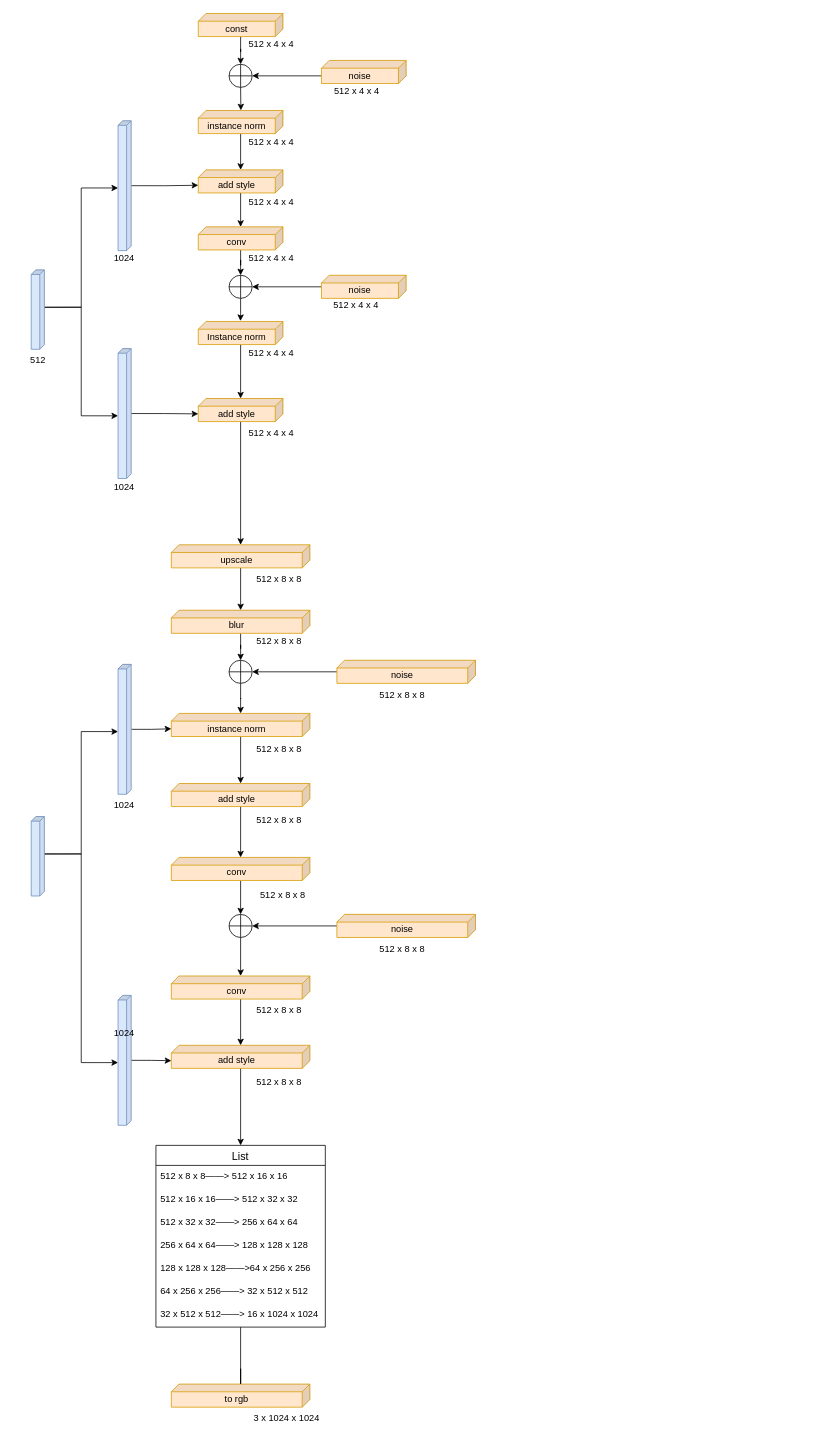
Before: vgg16_xml.drawio in feipxyz/Neural-Network-Architecture-Diagrams, a draw.io diagram. Source tidied: cells renumbered, new cells numbered last; positions are measured from the earlier drawing's top-left corner, leaving out a move shared by most shapes. Both pictures are drawn from the tidied source at 77%, with x=0, y=0 at pixel (-2, 13).
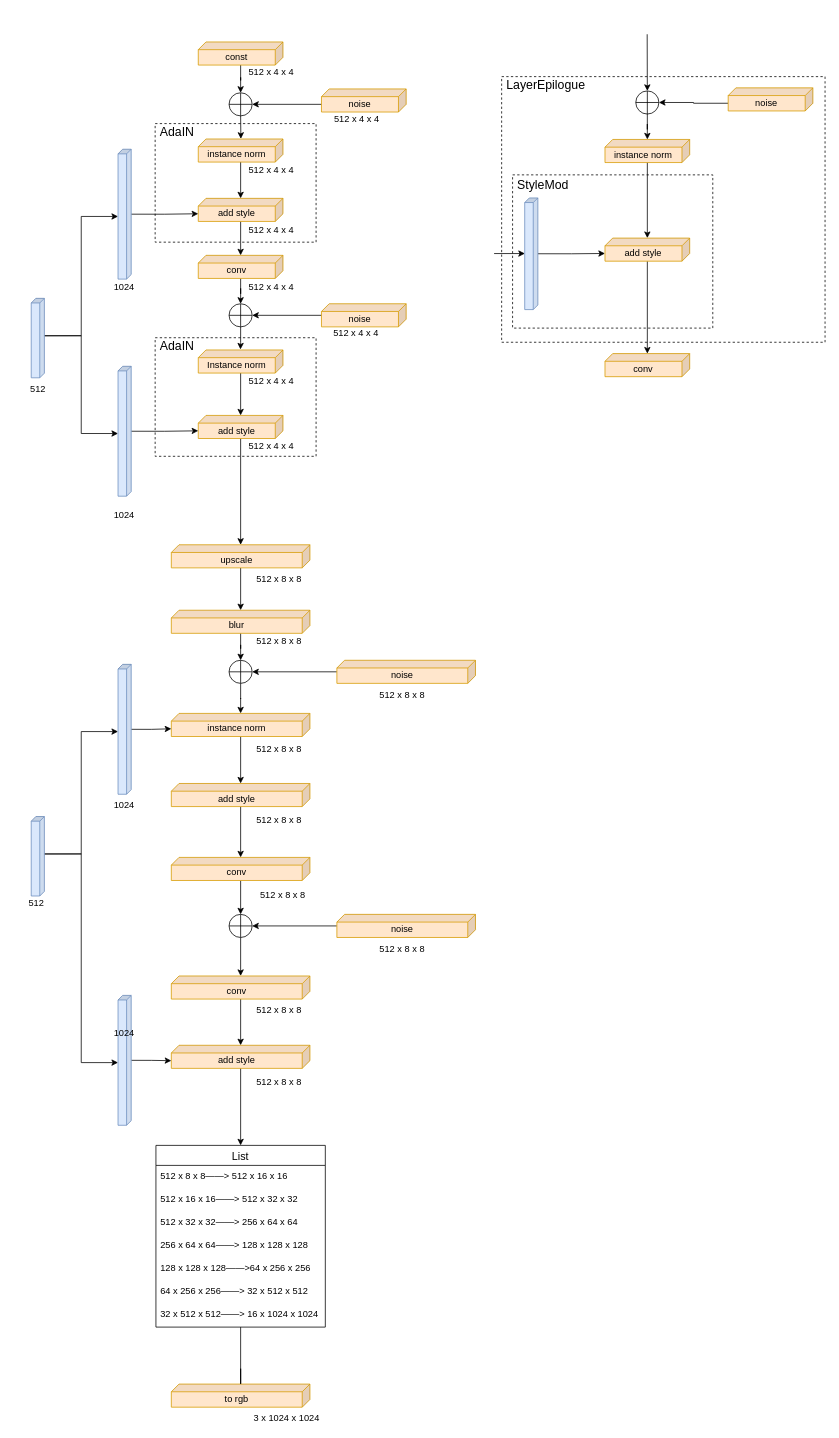
The same diagram, later.

The edit, as a diff of the source:
```diff
@@
     <mxCell id="3" value="const" style="shape=cube;whiteSpace=wrap;html=1;boundedLbl=1;backgroundOutline=1;darkOpacity=0.05;darkOpacity2=0.1;size=10;direction=east;flipH=1;fillColor=#ffe6cc;strokeColor=#d79b00;" parent="1" vertex="1">
-      <mxGeometry x="260" width="110" height="30" as="geometry" />
+      <mxGeometry x="260" y="37" width="110" height="30" as="geometry" />
     </mxCell>
@@
     <mxCell id="5" value="noise" style="shape=cube;whiteSpace=wrap;html=1;boundedLbl=1;backgroundOutline=1;darkOpacity=0.05;darkOpacity2=0.1;size=10;direction=east;flipH=1;fillColor=#ffe6cc;strokeColor=#d79b00;" parent="1" vertex="1">
-      <mxGeometry x="420" y="61" width="110" height="30" as="geometry" />
+      <mxGeometry x="420" y="98" width="110" height="30" as="geometry" />
     </mxCell>
@@
     <mxCell id="7" value="instance norm" style="shape=cube;whiteSpace=wrap;html=1;boundedLbl=1;backgroundOutline=1;darkOpacity=0.05;darkOpacity2=0.1;size=10;direction=east;flipH=1;fillColor=#ffe6cc;strokeColor=#d79b00;" parent="1" vertex="1">
-      <mxGeometry x="260" y="126" width="110" height="30" as="geometry" />
+      <mxGeometry x="260" y="163" width="110" height="30" as="geometry" />
     </mxCell>
@@
     <mxCell id="9" style="verticalLabelPosition=bottom;verticalAlign=top;html=1;shape=mxgraph.flowchart.summing_function;" parent="1" vertex="1">
-      <mxGeometry x="300" y="66" width="30" height="30" as="geometry" />
+      <mxGeometry x="300" y="103" width="30" height="30" as="geometry" />
     </mxCell>
@@
     <mxCell id="11" value="add style" style="shape=cube;whiteSpace=wrap;html=1;boundedLbl=1;backgroundOutline=1;darkOpacity=0.05;darkOpacity2=0.1;size=10;direction=east;flipH=1;fillColor=#ffe6cc;strokeColor=#d79b00;" parent="1" vertex="1">
-      <mxGeometry x="260" y="203.1" width="110" height="30" as="geometry" />
+      <mxGeometry x="260" y="240.1" width="110" height="30" as="geometry" />
     </mxCell>
@@
     <mxCell id="13" value="conv" style="shape=cube;whiteSpace=wrap;html=1;boundedLbl=1;backgroundOutline=1;darkOpacity=0.05;darkOpacity2=0.1;size=10;direction=east;flipH=1;fillColor=#ffe6cc;strokeColor=#d79b00;" parent="1" vertex="1">
-      <mxGeometry x="260" y="277.1" width="110" height="30" as="geometry" />
+      <mxGeometry x="260" y="314.1" width="110" height="30" as="geometry" />
     </mxCell>
@@
     <mxCell id="15" value="Instance norm" style="shape=cube;whiteSpace=wrap;html=1;boundedLbl=1;backgroundOutline=1;darkOpacity=0.05;darkOpacity2=0.1;size=10;direction=east;flipH=1;fillColor=#ffe6cc;strokeColor=#d79b00;" parent="1" vertex="1">
-      <mxGeometry x="260" y="400" width="110" height="30" as="geometry" />
+      <mxGeometry x="260" y="437" width="110" height="30" as="geometry" />
     </mxCell>
@@
     <mxCell id="17" value="add style" style="shape=cube;whiteSpace=wrap;html=1;boundedLbl=1;backgroundOutline=1;darkOpacity=0.05;darkOpacity2=0.1;size=10;direction=east;flipH=1;fillColor=#ffe6cc;strokeColor=#d79b00;" parent="1" vertex="1">
-      <mxGeometry x="260" y="500" width="110" height="30" as="geometry" />
+      <mxGeometry x="260" y="522" width="110" height="30" as="geometry" />
     </mxCell>
@@
     <mxCell id="19" style="verticalLabelPosition=bottom;verticalAlign=top;html=1;shape=mxgraph.flowchart.summing_function;" parent="1" vertex="1">
-      <mxGeometry x="300" y="340" width="30" height="30" as="geometry" />
+      <mxGeometry x="300" y="377" width="30" height="30" as="geometry" />
     </mxCell>
@@
     <mxCell id="21" value="noise" style="shape=cube;whiteSpace=wrap;html=1;boundedLbl=1;backgroundOutline=1;darkOpacity=0.05;darkOpacity2=0.1;size=10;direction=east;flipH=1;fillColor=#ffe6cc;strokeColor=#d79b00;" parent="1" vertex="1">
-      <mxGeometry x="420" y="340" width="110" height="30" as="geometry" />
+      <mxGeometry x="420" y="377" width="110" height="30" as="geometry" />
     </mxCell>
     <mxCell id="22" value="512 x 4 x 4" style="text;html=1;strokeColor=none;fillColor=none;align=center;verticalAlign=middle;whiteSpace=wrap;rounded=0;" parent="1" vertex="1">
-      <mxGeometry x="320" y="35" width="70" height="10" as="geometry" />
+      <mxGeometry x="320" y="72" width="70" height="10" as="geometry" />
     </mxCell>
     <mxCell id="23" value="512 x 4 x 4" style="text;html=1;strokeColor=none;fillColor=none;align=center;verticalAlign=middle;whiteSpace=wrap;rounded=0;" parent="1" vertex="1">
-      <mxGeometry x="431" y="96" width="70" height="10" as="geometry" />
+      <mxGeometry x="431" y="133" width="70" height="10" as="geometry" />
     </mxCell>
     <mxCell id="24" value="512 x 4 x 4" style="text;html=1;strokeColor=none;fillColor=none;align=center;verticalAlign=middle;whiteSpace=wrap;rounded=0;" parent="1" vertex="1">
-      <mxGeometry x="320" y="162.2" width="70" height="10" as="geometry" />
+      <mxGeometry x="320" y="199.2" width="70" height="10" as="geometry" />
     </mxCell>
     <mxCell id="25" value="512 x 4 x 4" style="text;html=1;strokeColor=none;fillColor=none;align=center;verticalAlign=middle;whiteSpace=wrap;rounded=0;" parent="1" vertex="1">
-      <mxGeometry x="320" y="240.1" width="70" height="10" as="geometry" />
+      <mxGeometry x="320" y="277.1" width="70" height="10" as="geometry" />
     </mxCell>
     <mxCell id="26" value="512 x 4 x 4" style="text;html=1;strokeColor=none;fillColor=none;align=center;verticalAlign=middle;whiteSpace=wrap;rounded=0;" parent="1" vertex="1">
-      <mxGeometry x="320" y="313.1" width="70" height="10" as="geometry" />
+      <mxGeometry x="320" y="350.1" width="70" height="10" as="geometry" />
     </mxCell>
     <mxCell id="27" value="512 x 4 x 4" style="text;html=1;strokeColor=none;fillColor=none;align=center;verticalAlign=middle;whiteSpace=wrap;rounded=0;" parent="1" vertex="1">
-      <mxGeometry x="320" y="436" width="70" height="10" as="geometry" />
+      <mxGeometry x="320" y="473" width="70" height="10" as="geometry" />
     </mxCell>
     <mxCell id="28" value="512 x 4 x 4" style="text;html=1;strokeColor=none;fillColor=none;align=center;verticalAlign=middle;whiteSpace=wrap;rounded=0;" parent="1" vertex="1">
-      <mxGeometry x="320" y="540" width="70" height="10" as="geometry" />
+      <mxGeometry x="320" y="557" width="70" height="10" as="geometry" />
     </mxCell>
     <mxCell id="29" value="512 x 4 x 4" style="text;html=1;strokeColor=none;fillColor=none;align=center;verticalAlign=middle;whiteSpace=wrap;rounded=0;" parent="1" vertex="1">
-      <mxGeometry x="430" y="374.1" width="70" height="10" as="geometry" />
+      <mxGeometry x="430" y="411.1" width="70" height="10" as="geometry" />
     </mxCell>
@@
     <mxCell id="32" style="shape=cube;whiteSpace=wrap;html=1;boundedLbl=1;backgroundOutline=1;darkOpacity=0.05;darkOpacity2=0.1;size=6;direction=east;flipH=1;fillColor=#dae8fc;strokeColor=#6c8ebf;rotation=-90;flipV=1;" parent="1" vertex="1">
-      <mxGeometry y="376" width="103.2" height="17.1" as="geometry" />
+      <mxGeometry y="413" width="103.2" height="17.1" as="geometry" />
     </mxCell>
@@
     <mxCell id="34" style="shape=cube;whiteSpace=wrap;html=1;boundedLbl=1;backgroundOutline=1;darkOpacity=0.05;darkOpacity2=0.1;size=6;direction=east;flipH=1;fillColor=#dae8fc;strokeColor=#6c8ebf;rotation=-90;flipV=1;" parent="1" vertex="1">
-      <mxGeometry x="80" y="215.1" width="168.7" height="17.1" as="geometry" />
+      <mxGeometry x="80" y="252.1" width="168.7" height="17.1" as="geometry" />
     </mxCell>
@@
     <mxCell id="36" style="shape=cube;whiteSpace=wrap;html=1;boundedLbl=1;backgroundOutline=1;darkOpacity=0.05;darkOpacity2=0.1;size=6;direction=east;flipH=1;fillColor=#dae8fc;strokeColor=#6c8ebf;rotation=-90;flipV=1;" parent="1" vertex="1">
-      <mxGeometry x="80" y="511" width="168.7" height="17.1" as="geometry" />
+      <mxGeometry x="80" y="534" width="168.7" height="17.1" as="geometry" />
     </mxCell>
     <mxCell id="37" value="512" style="text;html=1;strokeColor=none;fillColor=none;align=center;verticalAlign=middle;whiteSpace=wrap;rounded=0;" parent="1" vertex="1">
-      <mxGeometry x="21.6" y="436" width="60" height="30" as="geometry" />
+      <mxGeometry x="21.6" y="473" width="60" height="30" as="geometry" />
     </mxCell>
     <mxCell id="38" value="1024" style="text;html=1;strokeColor=none;fillColor=none;align=center;verticalAlign=middle;whiteSpace=wrap;rounded=0;" parent="1" vertex="1">
-      <mxGeometry x="134.3" y="600" width="60" height="30" as="geometry" />
+      <mxGeometry x="134.3" y="637" width="60" height="30" as="geometry" />
     </mxCell>
     <mxCell id="39" value="1024" style="text;html=1;strokeColor=none;fillColor=none;align=center;verticalAlign=middle;whiteSpace=wrap;rounded=0;" parent="1" vertex="1">
-      <mxGeometry x="134.3" y="303.1" width="60" height="30" as="geometry" />
+      <mxGeometry x="134.3" y="340.1" width="60" height="30" as="geometry" />
     </mxCell>
@@
+    <mxCell id="92" value="&lt;div&gt;&lt;span&gt;&amp;nbsp;AdaIN&lt;/span&gt;&lt;/div&gt;&lt;div&gt;&lt;span&gt;&lt;br&gt;&lt;/span&gt;&lt;/div&gt;&lt;div&gt;&lt;span&gt;&lt;br&gt;&lt;/span&gt;&lt;/div&gt;&lt;div&gt;&lt;span&gt;&lt;br&gt;&lt;/span&gt;&lt;/div&gt;&lt;div&gt;&lt;span&gt;&lt;br&gt;&lt;/span&gt;&lt;/div&gt;&lt;div&gt;&lt;span&gt;&lt;br&gt;&lt;/span&gt;&lt;/div&gt;&lt;div&gt;&lt;br&gt;&lt;/div&gt;&lt;div&gt;&lt;br&gt;&lt;/div&gt;" style="rounded=0;whiteSpace=wrap;html=1;fontSize=16;fillColor=none;dashed=1;align=left;" parent="1" vertex="1">
+      <mxGeometry x="204" y="143" width="209" height="154" as="geometry" />
+    </mxCell>
+    <mxCell id="93" value="&lt;div&gt;&lt;span&gt;&amp;nbsp;&lt;/span&gt;&lt;span&gt;AdaIN&lt;/span&gt;&lt;/div&gt;&lt;div&gt;&lt;span&gt;&lt;br&gt;&lt;/span&gt;&lt;/div&gt;&lt;div&gt;&lt;span&gt;&lt;br&gt;&lt;/span&gt;&lt;/div&gt;&lt;div&gt;&lt;span&gt;&lt;br&gt;&lt;/span&gt;&lt;/div&gt;&lt;div&gt;&lt;span&gt;&lt;br&gt;&lt;/span&gt;&lt;/div&gt;&lt;div&gt;&lt;span&gt;&lt;br&gt;&lt;/span&gt;&lt;/div&gt;&lt;div&gt;&lt;span&gt;&lt;br&gt;&lt;/span&gt;&lt;/div&gt;&lt;div&gt;&lt;span&gt;&lt;br&gt;&lt;/span&gt;&lt;/div&gt;" style="rounded=0;whiteSpace=wrap;html=1;fontSize=16;fillColor=none;dashed=1;align=left;" parent="1" vertex="1">
+      <mxGeometry x="204" y="421.1" width="209" height="154" as="geometry" />
+    </mxCell>
+    <mxCell id="94" value="512" style="text;html=1;strokeColor=none;fillColor=none;align=center;verticalAlign=middle;whiteSpace=wrap;rounded=0;" parent="1" vertex="1">
+      <mxGeometry x="20" y="1140" width="60" height="30" as="geometry" />
+    </mxCell>
+    <mxCell id="95" style="edgeStyle=orthogonalEdgeStyle;rounded=0;jettySize=auto;html=1;fontSize=16;strokeWidth=1;" parent="1" edge="1" source="96" target="98">
+      <mxGeometry relative="1" as="geometry" />
+    </mxCell>
+    <mxCell id="96" value="instance norm" style="shape=cube;whiteSpace=wrap;html=1;boundedLbl=1;backgroundOutline=1;darkOpacity=0.05;darkOpacity2=0.1;size=10;direction=east;flipH=1;fillColor=#ffe6cc;strokeColor=#d79b00;" parent="1" vertex="1">
+      <mxGeometry x="788.2" y="163.6" width="110" height="30" as="geometry" />
+    </mxCell>
+    <mxCell id="97" style="edgeStyle=orthogonalEdgeStyle;rounded=0;jettySize=auto;html=1;" parent="1" edge="1" source="98" target="99">
+      <mxGeometry relative="1" as="geometry" />
+    </mxCell>
+    <mxCell id="98" value="add style" style="shape=cube;whiteSpace=wrap;html=1;boundedLbl=1;backgroundOutline=1;darkOpacity=0.05;darkOpacity2=0.1;size=10;direction=east;flipH=1;fillColor=#ffe6cc;strokeColor=#d79b00;" parent="1" vertex="1">
+      <mxGeometry x="788.2" y="291.7" width="110" height="30" as="geometry" />
+    </mxCell>
+    <mxCell id="99" value="conv" style="shape=cube;whiteSpace=wrap;html=1;boundedLbl=1;backgroundOutline=1;darkOpacity=0.05;darkOpacity2=0.1;size=10;direction=east;flipH=1;fillColor=#ffe6cc;strokeColor=#d79b00;" parent="1" vertex="1">
+      <mxGeometry x="788.2" y="441.7" width="110" height="30" as="geometry" />
+    </mxCell>
+    <mxCell id="100" style="edgeStyle=orthogonalEdgeStyle;rounded=0;jettySize=auto;html=1;entryX=0;entryY=0;entryDx=110;entryDy=20;entryPerimeter=0;" parent="1" edge="1" source="101" target="98">
+      <mxGeometry relative="1" as="geometry" />
+    </mxCell>
+    <mxCell id="101" style="shape=cube;whiteSpace=wrap;html=1;boundedLbl=1;backgroundOutline=1;darkOpacity=0.05;darkOpacity2=0.1;size=6;direction=east;flipH=1;fillColor=#dae8fc;strokeColor=#6c8ebf;rotation=-90;flipV=1;" parent="1" vertex="1">
+      <mxGeometry x="620" y="303.5" width="145" height="17.1" as="geometry" />
+    </mxCell>
+    <mxCell id="102" style="endArrow=classic;html=1;rounded=0;fontSize=16;strokeWidth=1;" parent="1" edge="1">
+      <mxGeometry relative="1" as="geometry">
+        <mxPoint x="644.2" y="311.8" as="sourcePoint" />
+        <mxPoint x="684.2" y="311.8" as="targetPoint" />
+      </mxGeometry>
+    </mxCell>
+    <mxCell id="103" value="&lt;div&gt;&lt;span&gt;&amp;nbsp;StyleMod&lt;/span&gt;&lt;/div&gt;&lt;div&gt;&lt;span&gt;&lt;br&gt;&lt;/span&gt;&lt;/div&gt;&lt;div&gt;&lt;span&gt;&lt;br&gt;&lt;/span&gt;&lt;/div&gt;&lt;div&gt;&lt;span&gt;&lt;br&gt;&lt;/span&gt;&lt;/div&gt;&lt;div&gt;&lt;span&gt;&lt;br&gt;&lt;/span&gt;&lt;/div&gt;&lt;div&gt;&lt;span&gt;&lt;br&gt;&lt;/span&gt;&lt;/div&gt;&lt;div&gt;&lt;span&gt;&lt;br&gt;&lt;/span&gt;&lt;/div&gt;&lt;div&gt;&lt;span&gt;&lt;br&gt;&lt;/span&gt;&lt;/div&gt;&lt;div&gt;&lt;span&gt;&lt;br&gt;&lt;/span&gt;&lt;/div&gt;&lt;div&gt;&lt;span&gt;&lt;br&gt;&lt;/span&gt;&lt;/div&gt;" style="rounded=0;whiteSpace=wrap;html=1;dashed=1;fontSize=16;fillColor=none;align=left;" parent="1" vertex="1">
+      <mxGeometry x="668.2" y="209.6" width="260" height="199" as="geometry" />
+    </mxCell>
+    <mxCell id="104" style="edgeStyle=orthogonalEdgeStyle;rounded=0;jettySize=auto;html=1;exitX=0;exitY=0;exitDx=110;exitDy=20;exitPerimeter=0;entryX=1;entryY=0.5;entryDx=0;entryDy=0;entryPerimeter=0;" parent="1" edge="1" source="105" target="107">
+      <mxGeometry relative="1" as="geometry" />
+    </mxCell>
+    <mxCell id="105" value="noise" style="shape=cube;whiteSpace=wrap;html=1;boundedLbl=1;backgroundOutline=1;darkOpacity=0.05;darkOpacity2=0.1;size=10;direction=east;flipH=1;fillColor=#ffe6cc;strokeColor=#d79b00;" parent="1" vertex="1">
+      <mxGeometry x="948.2" y="96.6" width="110" height="30" as="geometry" />
+    </mxCell>
+    <mxCell id="106" style="edgeStyle=orthogonalEdgeStyle;rounded=0;jettySize=auto;html=1;fontSize=16;strokeWidth=1;" parent="1" edge="1" source="107" target="96">
+      <mxGeometry relative="1" as="geometry" />
+    </mxCell>
+    <mxCell id="107" style="verticalLabelPosition=bottom;verticalAlign=top;html=1;shape=mxgraph.flowchart.summing_function;" parent="1" vertex="1">
+      <mxGeometry x="828.2" y="100.6" width="30" height="30" as="geometry" />
+    </mxCell>
+    <mxCell id="108" style="endArrow=classic;html=1;rounded=0;fontSize=16;strokeWidth=1;entryX=0.5;entryY=0;entryDx=0;entryDy=0;entryPerimeter=0;" parent="1" edge="1" target="107">
+      <mxGeometry relative="1" as="geometry">
+        <mxPoint x="843" y="27" as="sourcePoint" />
+      </mxGeometry>
+    </mxCell>
+    <mxCell id="109" value="&amp;nbsp;LayerEpilogue&lt;br&gt;&lt;br&gt;&lt;br&gt;&lt;br&gt;&lt;br&gt;&lt;br&gt;&lt;br&gt;&lt;br&gt;&lt;br&gt;&lt;br&gt;&lt;br&gt;&lt;br&gt;&lt;br&gt;&lt;br&gt;&lt;br&gt;&lt;br&gt;&lt;br&gt;&lt;div&gt;&lt;br&gt;&lt;/div&gt;" style="rounded=0;whiteSpace=wrap;html=1;dashed=1;fontSize=16;fillColor=none;align=left;" parent="1" vertex="1">
+      <mxGeometry x="654" y="82" width="420" height="345" as="geometry" />
+    </mxCell>
```
